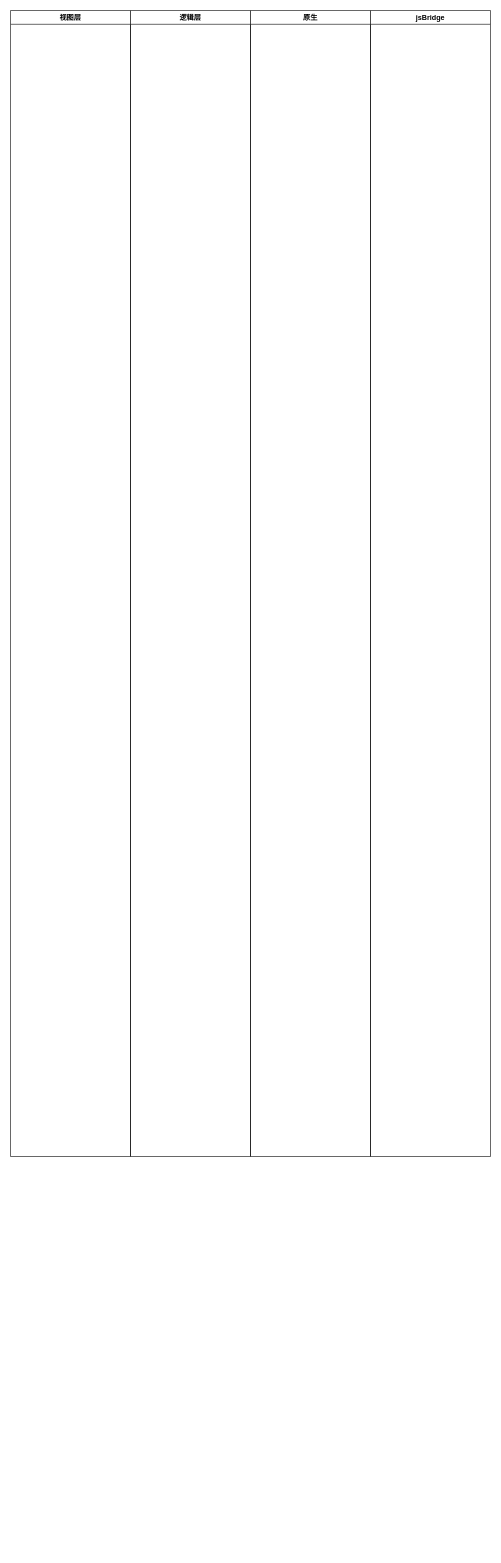
Earlier version of the draw.io diagram assets/未命名绘图.drawio (noyobo/noyobo). Source tidied: cells renumbered, new cells numbered last; positions are measured from the earlier drawing's top-left corner, leaving out a move shared by most shapes. Both pictures are drawn from the tidied source at 60%, with x=0, y=0 at pixel (10, 10).
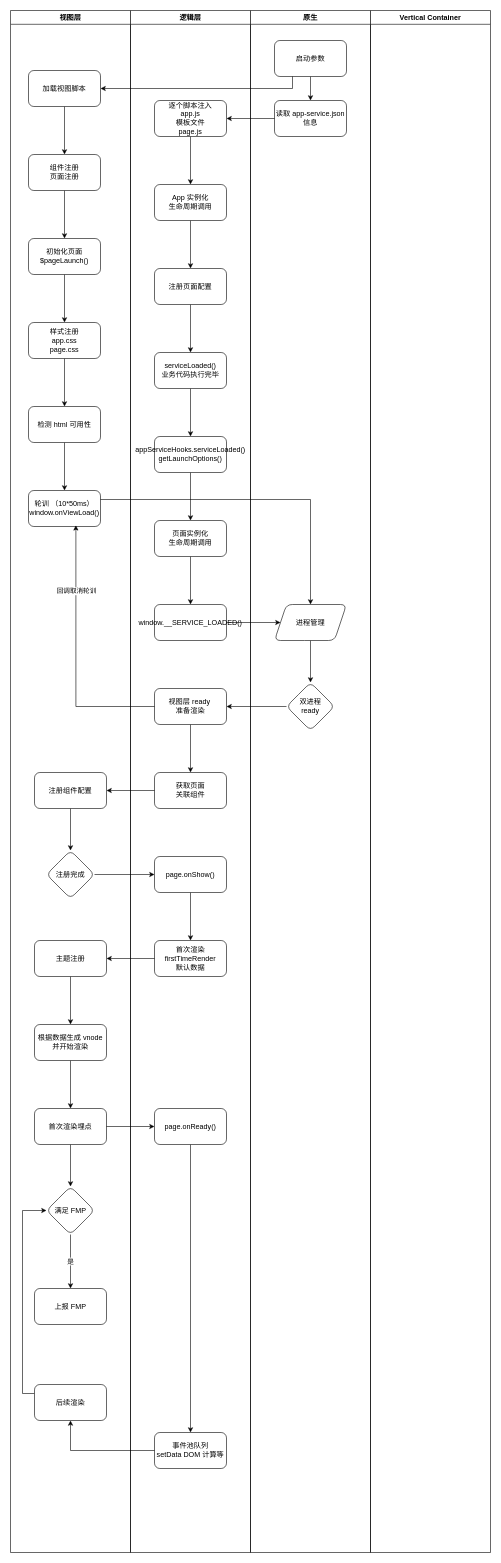
Above is the later version.

Commit message:
更新未命名绘图.drawio

Diff of the diagram source:
```diff
@@
     <mxCell id="2" value="视图层" style="swimlane;whiteSpace=wrap;html=1;" parent="1" vertex="1">
-      <mxGeometry width="200" height="1910" as="geometry" />
+      <mxGeometry width="200" height="2570" as="geometry" />
     </mxCell>
+    <mxCell id="6" style="edgeStyle=orthogonalEdgeStyle;rounded=0;jettySize=auto;html=1;" parent="2" edge="1" source="7" target="9">
+      <mxGeometry relative="1" as="geometry" />
+    </mxCell>
+    <mxCell id="7" value="加载视图脚本" style="rounded=1;whiteSpace=wrap;html=1;" parent="2" vertex="1">
+      <mxGeometry x="30" y="100" width="120" height="60" as="geometry" />
+    </mxCell>
+    <mxCell id="8" style="edgeStyle=orthogonalEdgeStyle;rounded=0;jettySize=auto;html=1;" parent="2" edge="1" source="9" target="11">
+      <mxGeometry relative="1" as="geometry" />
+    </mxCell>
+    <mxCell id="9" value="组件注册&lt;div&gt;页面注册&lt;/div&gt;" style="whiteSpace=wrap;html=1;rounded=1;" parent="2" vertex="1">
+      <mxGeometry x="30" y="240" width="120" height="60" as="geometry" />
+    </mxCell>
+    <mxCell id="10" style="edgeStyle=orthogonalEdgeStyle;rounded=0;jettySize=auto;html=1;" parent="2" edge="1" source="11" target="13">
+      <mxGeometry relative="1" as="geometry" />
+    </mxCell>
+    <mxCell id="11" value="初始化页面&lt;div&gt;$pageLaunch()&lt;/div&gt;" style="whiteSpace=wrap;html=1;rounded=1;" parent="2" vertex="1">
+      <mxGeometry x="30" y="380" width="120" height="60" as="geometry" />
+    </mxCell>
+    <mxCell id="12" style="edgeStyle=orthogonalEdgeStyle;rounded=0;jettySize=auto;html=1;" parent="2" edge="1" source="13" target="15">
+      <mxGeometry relative="1" as="geometry" />
+    </mxCell>
+    <mxCell id="13" value="样式注册&lt;div&gt;app.css&lt;/div&gt;&lt;div&gt;page.css&lt;/div&gt;" style="whiteSpace=wrap;html=1;rounded=1;" parent="2" vertex="1">
+      <mxGeometry x="30" y="520" width="120" height="60" as="geometry" />
+    </mxCell>
+    <mxCell id="14" style="edgeStyle=orthogonalEdgeStyle;rounded=0;jettySize=auto;html=1;" parent="2" edge="1" source="15" target="16">
+      <mxGeometry relative="1" as="geometry" />
+    </mxCell>
+    <mxCell id="15" value="检测 html 可用性" style="whiteSpace=wrap;html=1;rounded=1;" parent="2" vertex="1">
+      <mxGeometry x="30" y="660" width="120" height="60" as="geometry" />
+    </mxCell>
+    <mxCell id="16" value="轮训 （10*50ms）&lt;div&gt;window.onViewLoad()&lt;/div&gt;" style="whiteSpace=wrap;html=1;rounded=1;" parent="2" vertex="1">
+      <mxGeometry x="30" y="800" width="120" height="60" as="geometry" />
+    </mxCell>
+    <mxCell id="17" style="edgeStyle=orthogonalEdgeStyle;rounded=0;jettySize=auto;html=1;" parent="2" edge="1" source="18" target="19">
+      <mxGeometry relative="1" as="geometry" />
+    </mxCell>
+    <mxCell id="18" value="注册组件配置" style="whiteSpace=wrap;html=1;rounded=1;" parent="2" vertex="1">
+      <mxGeometry x="40" y="1270" width="120" height="60" as="geometry" />
+    </mxCell>
+    <mxCell id="19" value="注册完成" style="rhombus;whiteSpace=wrap;html=1;rounded=1;" parent="2" vertex="1">
+      <mxGeometry x="60" y="1400" width="80" height="80" as="geometry" />
+    </mxCell>
+    <mxCell id="20" style="edgeStyle=orthogonalEdgeStyle;rounded=0;jettySize=auto;html=1;" parent="2" edge="1" source="21" target="23">
+      <mxGeometry relative="1" as="geometry" />
+    </mxCell>
+    <mxCell id="21" value="主题注册" style="whiteSpace=wrap;html=1;rounded=1;" parent="2" vertex="1">
+      <mxGeometry x="40" y="1550" width="120" height="60" as="geometry" />
+    </mxCell>
+    <mxCell id="22" style="edgeStyle=orthogonalEdgeStyle;rounded=0;jettySize=auto;html=1;" parent="2" edge="1" source="23" target="25">
+      <mxGeometry relative="1" as="geometry" />
+    </mxCell>
+    <mxCell id="23" value="根据数据生成 vnode&lt;div&gt;并开始渲染&lt;/div&gt;" style="whiteSpace=wrap;html=1;rounded=1;" parent="2" vertex="1">
+      <mxGeometry x="40" y="1690" width="120" height="60" as="geometry" />
+    </mxCell>
+    <mxCell id="24" style="edgeStyle=orthogonalEdgeStyle;rounded=0;jettySize=auto;html=1;" parent="2" edge="1" source="25" target="27">
+      <mxGeometry relative="1" as="geometry" />
+    </mxCell>
+    <mxCell id="25" value="首次渲染埋点" style="whiteSpace=wrap;html=1;rounded=1;" parent="2" vertex="1">
+      <mxGeometry x="40" y="1830" width="120" height="60" as="geometry" />
+    </mxCell>
+    <mxCell id="26" value="是" style="edgeStyle=orthogonalEdgeStyle;rounded=0;jettySize=auto;html=1;" parent="2" edge="1" source="27" target="28">
+      <mxGeometry relative="1" as="geometry" />
+    </mxCell>
+    <mxCell id="27" value="满足 FMP" style="rhombus;whiteSpace=wrap;html=1;rounded=1;" parent="2" vertex="1">
+      <mxGeometry x="60" y="1960" width="80" height="80" as="geometry" />
+    </mxCell>
+    <mxCell id="28" value="上报 FMP" style="whiteSpace=wrap;html=1;rounded=1;" parent="2" vertex="1">
+      <mxGeometry x="40" y="2130" width="120" height="60" as="geometry" />
+    </mxCell>
+    <mxCell id="29" style="edgeStyle=orthogonalEdgeStyle;rounded=0;jettySize=auto;html=1;exitX=0;exitY=0.25;exitDx=0;exitDy=0;entryX=0;entryY=0.5;entryDx=0;entryDy=0;" parent="2" edge="1" source="30" target="27">
+      <mxGeometry relative="1" as="geometry" />
+    </mxCell>
+    <mxCell id="30" value="后续渲染" style="whiteSpace=wrap;html=1;rounded=1;" parent="2" vertex="1">
+      <mxGeometry x="40" y="2290" width="120" height="60" as="geometry" />
+    </mxCell>
     <mxCell id="3" value="逻辑层" style="swimlane;whiteSpace=wrap;html=1;" parent="1" vertex="1">
-      <mxGeometry x="200" width="200" height="1910" as="geometry" />
+      <mxGeometry x="200" width="200" height="2570" as="geometry" />
     </mxCell>
+    <mxCell id="31" style="edgeStyle=orthogonalEdgeStyle;rounded=0;jettySize=auto;html=1;" parent="3" edge="1" source="32" target="34">
+      <mxGeometry relative="1" as="geometry" />
+    </mxCell>
+    <mxCell id="32" value="逐个脚本注入&lt;div&gt;app.js&lt;/div&gt;&lt;div&gt;模板文件&lt;/div&gt;&lt;div&gt;page.js&lt;/div&gt;" style="whiteSpace=wrap;html=1;rounded=1;" parent="3" vertex="1">
+      <mxGeometry x="40" y="150" width="120" height="60" as="geometry" />
+    </mxCell>
+    <mxCell id="33" style="edgeStyle=orthogonalEdgeStyle;rounded=0;jettySize=auto;html=1;" parent="3" edge="1" source="34" target="36">
+      <mxGeometry relative="1" as="geometry" />
+    </mxCell>
+    <mxCell id="34" value="App 实例化&lt;div&gt;生命周期调用&lt;/div&gt;" style="whiteSpace=wrap;html=1;rounded=1;" parent="3" vertex="1">
+      <mxGeometry x="40" y="290" width="120" height="60" as="geometry" />
+    </mxCell>
+    <mxCell id="35" style="edgeStyle=orthogonalEdgeStyle;rounded=0;jettySize=auto;html=1;" parent="3" edge="1" source="36" target="38">
+      <mxGeometry relative="1" as="geometry" />
+    </mxCell>
+    <mxCell id="36" value="注册页面配置" style="whiteSpace=wrap;html=1;rounded=1;" parent="3" vertex="1">
+      <mxGeometry x="40" y="430" width="120" height="60" as="geometry" />
+    </mxCell>
+    <mxCell id="37" style="edgeStyle=orthogonalEdgeStyle;rounded=0;jettySize=auto;html=1;" parent="3" edge="1" source="38" target="40">
+      <mxGeometry relative="1" as="geometry" />
+    </mxCell>
+    <mxCell id="38" value="serviceLoaded()&lt;div&gt;业务代码执行完毕&lt;/div&gt;" style="whiteSpace=wrap;html=1;rounded=1;" parent="3" vertex="1">
+      <mxGeometry x="40" y="570" width="120" height="60" as="geometry" />
+    </mxCell>
+    <mxCell id="39" style="edgeStyle=orthogonalEdgeStyle;rounded=0;jettySize=auto;html=1;" parent="3" edge="1" source="40" target="42">
+      <mxGeometry relative="1" as="geometry" />
+    </mxCell>
+    <mxCell id="40" value="appServiceHooks.serviceLoaded()&lt;div&gt;getLaunchOptions()&lt;/div&gt;" style="whiteSpace=wrap;html=1;rounded=1;" parent="3" vertex="1">
+      <mxGeometry x="40" y="710" width="120" height="60" as="geometry" />
+    </mxCell>
+    <mxCell id="41" style="edgeStyle=orthogonalEdgeStyle;rounded=0;jettySize=auto;html=1;" parent="3" edge="1" source="42" target="43">
+      <mxGeometry relative="1" as="geometry" />
+    </mxCell>
+    <mxCell id="42" value="页面实例化&lt;div&gt;生命周期调用&lt;/div&gt;" style="whiteSpace=wrap;html=1;rounded=1;" parent="3" vertex="1">
+      <mxGeometry x="40" y="850" width="120" height="60" as="geometry" />
+    </mxCell>
+    <mxCell id="43" value="window.__SERVICE_LOADED()" style="whiteSpace=wrap;html=1;rounded=1;" parent="3" vertex="1">
+      <mxGeometry x="40" y="990" width="120" height="60" as="geometry" />
+    </mxCell>
+    <mxCell id="44" style="edgeStyle=orthogonalEdgeStyle;rounded=0;jettySize=auto;html=1;" parent="3" edge="1" source="45" target="46">
+      <mxGeometry relative="1" as="geometry" />
+    </mxCell>
+    <mxCell id="45" value="视图层 ready&amp;nbsp;&lt;div&gt;准备渲染&lt;/div&gt;" style="whiteSpace=wrap;html=1;rounded=1;" parent="3" vertex="1">
+      <mxGeometry x="40" y="1130" width="120" height="60" as="geometry" />
+    </mxCell>
+    <mxCell id="46" value="获取页面&lt;div&gt;关联组件&lt;/div&gt;" style="whiteSpace=wrap;html=1;rounded=1;" parent="3" vertex="1">
+      <mxGeometry x="40" y="1270" width="120" height="60" as="geometry" />
+    </mxCell>
+    <mxCell id="47" style="edgeStyle=orthogonalEdgeStyle;rounded=0;jettySize=auto;html=1;" parent="3" edge="1" source="48" target="49">
+      <mxGeometry relative="1" as="geometry" />
+    </mxCell>
+    <mxCell id="48" value="page.onShow()" style="whiteSpace=wrap;html=1;rounded=1;" parent="3" vertex="1">
+      <mxGeometry x="40" y="1410" width="120" height="60" as="geometry" />
+    </mxCell>
+    <mxCell id="49" value="首次渲染&lt;div&gt;firstTimeRender&lt;/div&gt;&lt;div&gt;默认数据&lt;/div&gt;" style="whiteSpace=wrap;html=1;rounded=1;" parent="3" vertex="1">
+      <mxGeometry x="40" y="1550" width="120" height="60" as="geometry" />
+    </mxCell>
+    <mxCell id="50" style="edgeStyle=orthogonalEdgeStyle;rounded=0;jettySize=auto;html=1;" parent="3" edge="1" source="51" target="52">
+      <mxGeometry relative="1" as="geometry" />
+    </mxCell>
+    <mxCell id="51" value="page.onReady()" style="whiteSpace=wrap;html=1;rounded=1;" parent="3" vertex="1">
+      <mxGeometry x="40" y="1830" width="120" height="60" as="geometry" />
+    </mxCell>
+    <mxCell id="52" value="事件池队列&lt;div&gt;setData DOM 计算等&lt;/div&gt;" style="whiteSpace=wrap;html=1;rounded=1;" parent="3" vertex="1">
+      <mxGeometry x="40" y="2370" width="120" height="60" as="geometry" />
+    </mxCell>
     <mxCell id="4" value="原生" style="swimlane;whiteSpace=wrap;html=1;" parent="1" vertex="1">
-      <mxGeometry x="400" width="200" height="1910" as="geometry" />
+      <mxGeometry x="400" width="200" height="2570" as="geometry" />
     </mxCell>
+    <mxCell id="53" style="edgeStyle=orthogonalEdgeStyle;rounded=0;jettySize=auto;html=1;" parent="4" edge="1" source="54" target="55">
+      <mxGeometry relative="1" as="geometry" />
+    </mxCell>
+    <mxCell id="54" value="启动参数" style="rounded=1;whiteSpace=wrap;html=1;" parent="4" vertex="1">
+      <mxGeometry x="40" y="50" width="120" height="60" as="geometry" />
+    </mxCell>
+    <mxCell id="55" value="读取 app-service.json 信息" style="rounded=1;whiteSpace=wrap;html=1;" parent="4" vertex="1">
+      <mxGeometry x="40" y="150" width="120" height="60" as="geometry" />
+    </mxCell>
+    <mxCell id="56" style="edgeStyle=orthogonalEdgeStyle;rounded=0;jettySize=auto;html=1;" parent="4" edge="1" source="57" target="58">
+      <mxGeometry relative="1" as="geometry" />
+    </mxCell>
+    <mxCell id="57" value="进程管理" style="shape=parallelogram;perimeter=parallelogramPerimeter;whiteSpace=wrap;html=1;fixedSize=1;rounded=1;" parent="4" vertex="1">
+      <mxGeometry x="40" y="990" width="120" height="60" as="geometry" />
+    </mxCell>
+    <mxCell id="58" value="双进程&lt;div&gt;ready&lt;/div&gt;" style="rhombus;whiteSpace=wrap;html=1;rounded=1;" parent="4" vertex="1">
+      <mxGeometry x="60" y="1120" width="80" height="80" as="geometry" />
+    </mxCell>
-    <mxCell id="5" value="jsBridge" style="swimlane;whiteSpace=wrap;html=1;" parent="1" vertex="1">
-      <mxGeometry x="600" width="200" height="1910" as="geometry" />
+    <mxCell id="5" value="Vertical Container" style="swimlane;whiteSpace=wrap;html=1;" parent="1" vertex="1">
+      <mxGeometry x="600" width="200" height="2570" as="geometry" />
     </mxCell>
+    <mxCell id="59" style="edgeStyle=orthogonalEdgeStyle;rounded=0;jettySize=auto;html=1;" parent="1" edge="1" source="55" target="32">
+      <mxGeometry relative="1" as="geometry" />
+    </mxCell>
+    <mxCell id="60" style="edgeStyle=orthogonalEdgeStyle;rounded=0;jettySize=auto;html=1;" parent="1" edge="1" source="43" target="57">
+      <mxGeometry relative="1" as="geometry" />
+    </mxCell>
+    <mxCell id="61" style="edgeStyle=orthogonalEdgeStyle;rounded=0;jettySize=auto;html=1;exitX=0.25;exitY=1;exitDx=0;exitDy=0;entryX=1;entryY=0.5;entryDx=0;entryDy=0;" parent="1" edge="1" source="54" target="7">
+      <mxGeometry relative="1" as="geometry" />
+    </mxCell>
+    <mxCell id="62" style="edgeStyle=orthogonalEdgeStyle;rounded=0;jettySize=auto;html=1;exitX=1;exitY=0.25;exitDx=0;exitDy=0;entryX=0.5;entryY=0;entryDx=0;entryDy=0;" parent="1" edge="1" source="16" target="57">
+      <mxGeometry relative="1" as="geometry" />
+    </mxCell>
+    <mxCell id="63" style="edgeStyle=orthogonalEdgeStyle;rounded=0;jettySize=auto;html=1;" parent="1" edge="1" source="58" target="45">
+      <mxGeometry relative="1" as="geometry" />
+    </mxCell>
+    <mxCell id="64" style="edgeStyle=orthogonalEdgeStyle;rounded=0;jettySize=auto;html=1;exitX=0;exitY=0.5;exitDx=0;exitDy=0;entryX=0.658;entryY=0.967;entryDx=0;entryDy=0;entryPerimeter=0;" parent="1" edge="1" source="45" target="16">
+      <mxGeometry relative="1" as="geometry" />
+    </mxCell>
+    <mxCell id="65" value="回调取消轮训" style="edgeLabel;html=1;align=center;verticalAlign=middle;" parent="64" vertex="1">
+      <mxGeometry x="0.49" y="-1" relative="1" as="geometry" />
+    </mxCell>
+    <mxCell id="66" style="edgeStyle=orthogonalEdgeStyle;rounded=0;jettySize=auto;html=1;" parent="1" edge="1" source="46" target="18">
+      <mxGeometry relative="1" as="geometry" />
+    </mxCell>
+    <mxCell id="67" style="edgeStyle=orthogonalEdgeStyle;rounded=0;jettySize=auto;html=1;" parent="1" edge="1" source="19" target="48">
+      <mxGeometry relative="1" as="geometry" />
+    </mxCell>
+    <mxCell id="68" style="edgeStyle=orthogonalEdgeStyle;rounded=0;jettySize=auto;html=1;" parent="1" edge="1" source="49" target="21">
+      <mxGeometry relative="1" as="geometry" />
+    </mxCell>
+    <mxCell id="69" style="edgeStyle=orthogonalEdgeStyle;rounded=0;jettySize=auto;html=1;" parent="1" edge="1" source="25" target="51">
+      <mxGeometry relative="1" as="geometry" />
+    </mxCell>
+    <mxCell id="70" style="edgeStyle=orthogonalEdgeStyle;rounded=0;jettySize=auto;html=1;" parent="1" edge="1" source="52" target="30">
+      <mxGeometry relative="1" as="geometry" />
+    </mxCell>
```
